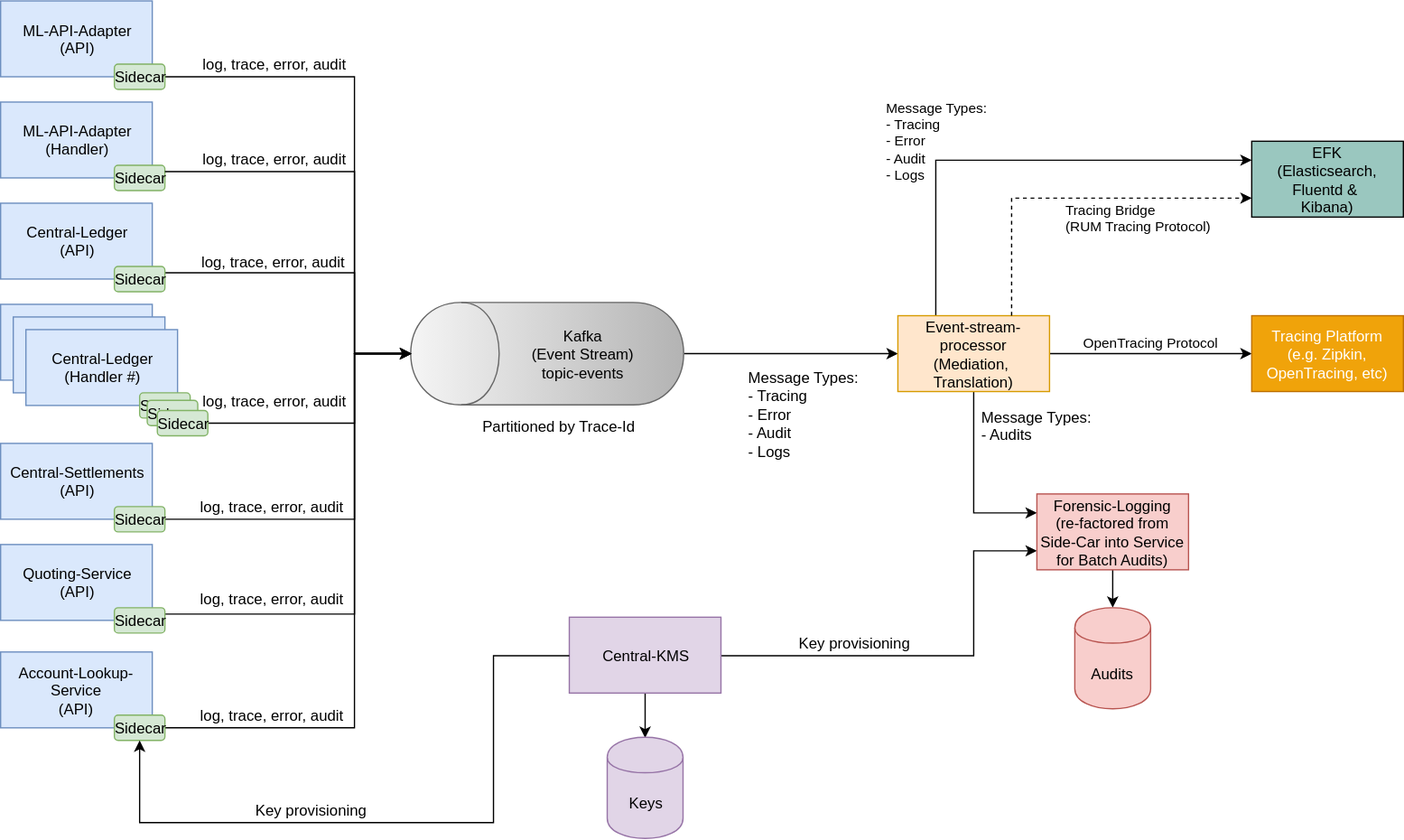
Before: mojaloop-technical-overview/event-framework/assets/diagrams/architecture/architecture-event-framework.svg, a diagram exported from draw.io (mojaloop/documentation). Source tidied: cells renumbered, new cells last; positions are measured from the earlier drawing's top-left corner, leaving out a move shared by most shapes.
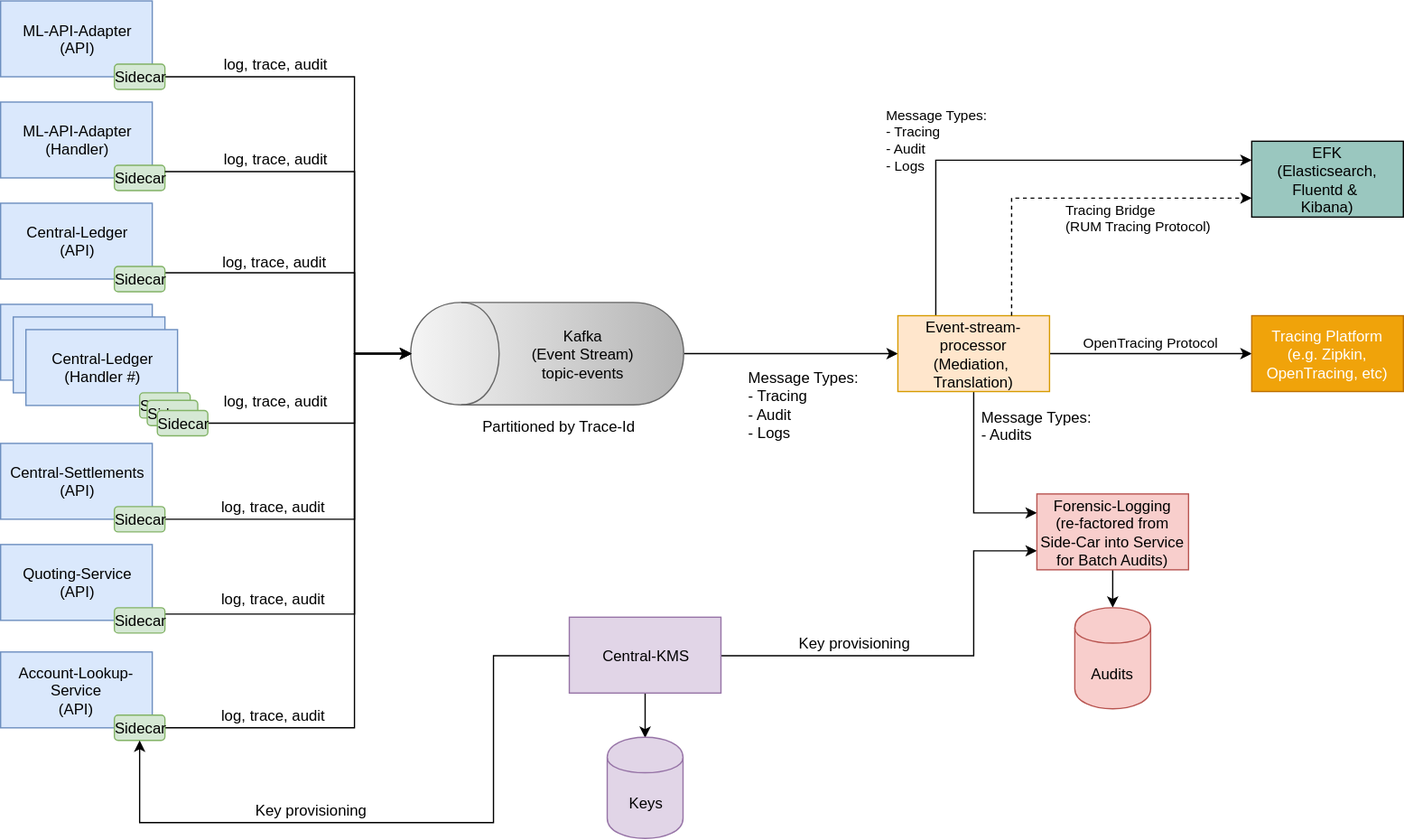
The same file after the commit.

Commit message:
Updated design for error handling changes + tags

Change to the diagram source:
```diff
@@ -44,7 +44,7 @@
         </Array>
       </mxGeometry>
     </mxCell>
-    <mxCell id="13" value="&lt;div style=&quot;text-align: left&quot;&gt;&lt;div&gt;Message Types:&lt;/div&gt;&lt;div&gt;- Tracing&lt;/div&gt;&lt;div&gt;- Error&lt;/div&gt;&lt;div&gt;- Audit&lt;/div&gt;&lt;div&gt;- Logs&lt;/div&gt;&lt;/div&gt;" style="edgeStyle=orthogonalEdgeStyle;rounded=0;jettySize=auto;html=1;exitX=0.25;exitY=0;exitDx=0;exitDy=0;entryX=0;entryY=0.25;entryDx=0;entryDy=0;fillColor=none;labelBackgroundColor=none;" parent="1" edge="1" source="47" target="37">
+    <mxCell id="13" value="&lt;div style=&quot;text-align: left&quot;&gt;&lt;div&gt;Message Types:&lt;/div&gt;&lt;div&gt;- Tracing&lt;/div&gt;&lt;div&gt;- Audit&lt;/div&gt;&lt;div&gt;- Logs&lt;/div&gt;&lt;/div&gt;" style="edgeStyle=orthogonalEdgeStyle;rounded=0;jettySize=auto;html=1;exitX=0.25;exitY=0;exitDx=0;exitDy=0;entryX=0;entryY=0.25;entryDx=0;entryDy=0;fillColor=none;labelBackgroundColor=none;" parent="1" edge="1" source="47" target="37">
       <mxGeometry x="-0.28" y="19" relative="1" as="geometry">
         <Array as="points">
           <mxPoint x="740" y="126" />
@@ -207,16 +207,16 @@
         <mxPoint x="33" y="16" as="offset" />
       </mxGeometry>
     </mxCell>
-    <mxCell id="51" value="&lt;div style=&quot;text-align: left&quot;&gt;log, trace, error, audit&lt;/div&gt;" style="text;html=1;strokeColor=none;fillColor=none;align=center;verticalAlign=middle;whiteSpace=wrap;rounded=0;" parent="1" vertex="1">
+    <mxCell id="51" value="&lt;div style=&quot;text-align: left&quot;&gt;log, trace, audit&lt;/div&gt;" style="text;html=1;strokeColor=none;fillColor=none;align=center;verticalAlign=middle;whiteSpace=wrap;rounded=0;" parent="1" vertex="1">
       <mxGeometry x="122" y="40" width="190" height="20" as="geometry" />
     </mxCell>
-    <mxCell id="52" value="&lt;div style=&quot;text-align: left&quot;&gt;log, trace, error, audit&lt;/div&gt;" style="text;html=1;strokeColor=none;fillColor=none;align=center;verticalAlign=middle;whiteSpace=wrap;rounded=0;" parent="1" vertex="1">
+    <mxCell id="52" value="&lt;div style=&quot;text-align: left&quot;&gt;log, trace, audit&lt;/div&gt;" style="text;html=1;strokeColor=none;fillColor=none;align=center;verticalAlign=middle;whiteSpace=wrap;rounded=0;" parent="1" vertex="1">
       <mxGeometry x="122" y="306" width="190" height="20" as="geometry" />
     </mxCell>
-    <mxCell id="53" value="&lt;div style=&quot;text-align: left&quot;&gt;log, trace, error, audit&lt;/div&gt;" style="text;html=1;strokeColor=none;fillColor=none;align=center;verticalAlign=middle;whiteSpace=wrap;rounded=0;" parent="1" vertex="1">
+    <mxCell id="53" value="&lt;div style=&quot;text-align: left&quot;&gt;log, trace, audit&lt;/div&gt;" style="text;html=1;strokeColor=none;fillColor=none;align=center;verticalAlign=middle;whiteSpace=wrap;rounded=0;" parent="1" vertex="1">
       <mxGeometry x="121" y="196" width="190" height="20" as="geometry" />
     </mxCell>
-    <mxCell id="54" value="&lt;div style=&quot;text-align: left&quot;&gt;log, trace, error, audit&lt;/div&gt;" style="text;html=1;strokeColor=none;fillColor=none;align=center;verticalAlign=middle;whiteSpace=wrap;rounded=0;" parent="1" vertex="1">
+    <mxCell id="54" value="&lt;div style=&quot;text-align: left&quot;&gt;log, trace, audit&lt;/div&gt;" style="text;html=1;strokeColor=none;fillColor=none;align=center;verticalAlign=middle;whiteSpace=wrap;rounded=0;" parent="1" vertex="1">
       <mxGeometry x="122" y="115" width="190" height="20" as="geometry" />
     </mxCell>
     <mxCell id="55" style="edgeStyle=orthogonalEdgeStyle;rounded=0;jettySize=auto;html=1;exitX=1;exitY=0.25;exitDx=0;exitDy=0;entryX=0.5;entryY=0;entryDx=0;entryDy=0;" parent="1" edge="1" source="34" target="16">
@@ -232,13 +232,13 @@
         <mxPoint x="-8" y="-13" as="offset" />
       </mxGeometry>
     </mxCell>
-    <mxCell id="57" value="&lt;div style=&quot;text-align: left&quot;&gt;log, trace, error, audit&lt;/div&gt;" style="text;html=1;strokeColor=none;fillColor=none;align=center;verticalAlign=middle;whiteSpace=wrap;rounded=0;" parent="1" vertex="1">
+    <mxCell id="57" value="&lt;div style=&quot;text-align: left&quot;&gt;log, trace, audit&lt;/div&gt;" style="text;html=1;strokeColor=none;fillColor=none;align=center;verticalAlign=middle;whiteSpace=wrap;rounded=0;" parent="1" vertex="1">
       <mxGeometry x="120" y="390" width="190" height="20" as="geometry" />
     </mxCell>
-    <mxCell id="58" value="&lt;div style=&quot;text-align: left&quot;&gt;log, trace, error, audit&lt;/div&gt;" style="text;html=1;strokeColor=none;fillColor=none;align=center;verticalAlign=middle;whiteSpace=wrap;rounded=0;" parent="1" vertex="1">
+    <mxCell id="58" value="&lt;div style=&quot;text-align: left&quot;&gt;log, trace, audit&lt;/div&gt;" style="text;html=1;strokeColor=none;fillColor=none;align=center;verticalAlign=middle;whiteSpace=wrap;rounded=0;" parent="1" vertex="1">
       <mxGeometry x="120" y="463" width="190" height="20" as="geometry" />
     </mxCell>
-    <mxCell id="59" value="&lt;div style=&quot;text-align: left&quot;&gt;log, trace, error, audit&lt;/div&gt;" style="text;html=1;strokeColor=none;fillColor=none;align=center;verticalAlign=middle;whiteSpace=wrap;rounded=0;" parent="1" vertex="1">
+    <mxCell id="59" value="&lt;div style=&quot;text-align: left&quot;&gt;log, trace, audit&lt;/div&gt;" style="text;html=1;strokeColor=none;fillColor=none;align=center;verticalAlign=middle;whiteSpace=wrap;rounded=0;" parent="1" vertex="1">
       <mxGeometry x="120" y="555" width="190" height="20" as="geometry" />
     </mxCell>
     <mxCell id="60" style="edgeStyle=orthogonalEdgeStyle;rounded=0;jettySize=auto;html=1;exitX=0;exitY=0.5;exitDx=0;exitDy=0;entryX=0.5;entryY=1;entryDx=0;entryDy=0;" parent="1" edge="1" source="42" target="20">
@@ -256,7 +256,7 @@
     <mxCell id="62" value="&lt;div style=&quot;text-align: left&quot;&gt;Key provisioning&lt;/div&gt;" style="text;html=1;strokeColor=none;fillColor=none;align=center;verticalAlign=middle;whiteSpace=wrap;rounded=0;" parent="1" vertex="1">
       <mxGeometry x="580" y="497.5" width="190" height="20" as="geometry" />
     </mxCell>
-    <mxCell id="63" value="Message Types:&lt;br&gt;- Tracing&lt;br&gt;- Error&lt;br&gt;- Audit&lt;br&gt;- Logs" style="text;html=1;" parent="1" vertex="1">
+    <mxCell id="63" value="Message Types:&lt;br&gt;- Tracing&lt;br&gt;- Audit&lt;br&gt;- Logs" style="text;html=1;" parent="1" vertex="1">
       <mxGeometry x="590" y="285" width="260" height="30" as="geometry" />
     </mxCell>
     <mxCell id="64" value="&lt;div style=&quot;text-align: left&quot;&gt;&lt;div&gt;Message Types:&lt;/div&gt;&lt;div&gt;- Audits&lt;/div&gt;&lt;/div&gt;" style="text;html=1;strokeColor=none;fillColor=none;align=center;verticalAlign=middle;whiteSpace=wrap;rounded=0;" parent="1" vertex="1">
```
